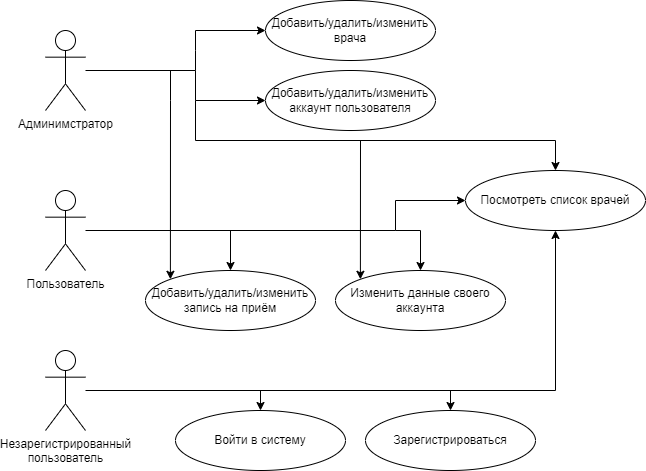
The draw.io diagram img/use_case.png in vge20/SEM_7_Web, before a commit. Source tidied: cells renumbered, new cells last; positions are measured from the earlier drawing's top-left corner, leaving out a move shared by most shapes.
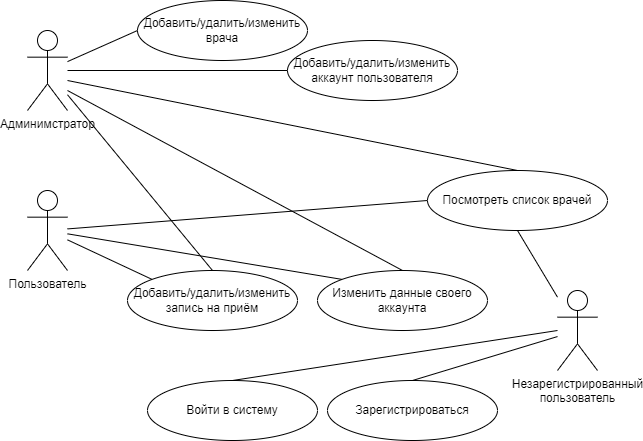
Later version of the same file.

Diff of the diagram source:
```diff
@@ -9,114 +9,67 @@
       <mxGeometry y="30" width="40" height="80" as="geometry" />
     </mxCell>
     <mxCell id="4" value="Незарегистрированный&lt;br&gt;пользователь" style="shape=umlActor;verticalLabelPosition=bottom;verticalAlign=top;html=1;" parent="1" vertex="1">
-      <mxGeometry y="350" width="40" height="80" as="geometry" />
+      <mxGeometry x="530" y="290" width="40" height="80" as="geometry" />
     </mxCell>
     <mxCell id="5" value="Добавить/удалить/изменить&lt;br&gt;врача" style="ellipse;whiteSpace=wrap;html=1;" parent="1" vertex="1">
-      <mxGeometry x="220" width="170" height="60" as="geometry" />
+      <mxGeometry x="110" width="170" height="60" as="geometry" />
     </mxCell>
-    <mxCell id="6" style="endArrow=classic;html=1;rounded=0;entryX=0;entryY=0.5;entryDx=0;entryDy=0;" parent="1" edge="1" source="3" target="5">
-      <mxGeometry relative="1" as="geometry">
-        <Array as="points">
-          <mxPoint x="150" y="70" />
-          <mxPoint x="150" y="50" />
-          <mxPoint x="150" y="30" />
-        </Array>
-      </mxGeometry>
-    </mxCell>
     <mxCell id="7" value="Добавить/удалить/изменить&lt;br&gt;аккаунт пользователя" style="ellipse;whiteSpace=wrap;html=1;" parent="1" vertex="1">
-      <mxGeometry x="220" y="70" width="170" height="60" as="geometry" />
+      <mxGeometry x="260" y="40" width="170" height="60" as="geometry" />
     </mxCell>
-    <mxCell id="8" style="endArrow=classic;html=1;rounded=0;entryX=0;entryY=0.5;entryDx=0;entryDy=0;" parent="1" edge="1" target="7">
-      <mxGeometry relative="1" as="geometry">
-        <mxPoint x="150" y="70" as="sourcePoint" />
-        <Array as="points">
-          <mxPoint x="150" y="100" />
-        </Array>
-      </mxGeometry>
-    </mxCell>
     <mxCell id="9" value="Войти в систему" style="ellipse;whiteSpace=wrap;html=1;" parent="1" vertex="1">
-      <mxGeometry x="130" y="410" width="170" height="60" as="geometry" />
+      <mxGeometry x="120" y="380" width="170" height="60" as="geometry" />
     </mxCell>
     <mxCell id="10" value="Зарегистрироваться" style="ellipse;whiteSpace=wrap;html=1;" parent="1" vertex="1">
-      <mxGeometry x="320" y="410" width="170" height="60" as="geometry" />
+      <mxGeometry x="300" y="380" width="170" height="60" as="geometry" />
     </mxCell>
-    <mxCell id="11" style="endArrow=classic;html=1;rounded=0;entryX=0.5;entryY=0;entryDx=0;entryDy=0;" parent="1" edge="1" source="4" target="9">
-      <mxGeometry relative="1" as="geometry">
-        <Array as="points">
-          <mxPoint x="215" y="390" />
-        </Array>
-      </mxGeometry>
-    </mxCell>
-    <mxCell id="12" style="endArrow=classic;html=1;rounded=0;entryX=0.5;entryY=0;entryDx=0;entryDy=0;" parent="1" edge="1" target="10">
-      <mxGeometry relative="1" as="geometry">
-        <mxPoint x="210" y="390" as="sourcePoint" />
-        <Array as="points">
-          <mxPoint x="405" y="390" />
-        </Array>
-      </mxGeometry>
-    </mxCell>
     <mxCell id="13" value="Посмотреть список врачей" style="ellipse;whiteSpace=wrap;html=1;" parent="1" vertex="1">
-      <mxGeometry x="420" y="170" width="180" height="60" as="geometry" />
+      <mxGeometry x="400" y="170" width="180" height="60" as="geometry" />
     </mxCell>
-    <mxCell id="14" style="endArrow=classic;html=1;rounded=0;entryX=0.5;entryY=1;entryDx=0;entryDy=0;" parent="1" edge="1" target="13">
-      <mxGeometry relative="1" as="geometry">
-        <mxPoint x="400" y="390" as="sourcePoint" />
-        <Array as="points">
-          <mxPoint x="510" y="390" />
-        </Array>
-      </mxGeometry>
-    </mxCell>
     <mxCell id="15" value="Добавить/удалить/изменить&lt;br&gt;запись на приём" style="ellipse;whiteSpace=wrap;html=1;" parent="1" vertex="1">
       <mxGeometry x="100" y="270" width="170" height="60" as="geometry" />
     </mxCell>
+    <mxCell id="18" value="Изменить данные своего&lt;br&gt;аккаунта" style="ellipse;whiteSpace=wrap;html=1;" parent="1" vertex="1">
+      <mxGeometry x="290" y="270" width="170" height="60" as="geometry" />
+    </mxCell>
+    <mxCell id="6" style="endArrow=none;html=1;rounded=0;entryX=0;entryY=0.5;entryDx=0;entryDy=0;" parent="1" edge="1" source="3" target="5">
+      <mxGeometry relative="1" as="geometry" />
+    </mxCell>
+    <mxCell id="23" style="endArrow=none;html=1;rounded=0;entryX=0;entryY=0.5;entryDx=0;entryDy=0;" parent="1" edge="1" source="3" target="7">
+      <mxGeometry relative="1" as="geometry" />
+    </mxCell>
+    <mxCell id="24" style="endArrow=none;html=1;rounded=0;exitX=0.5;exitY=0;exitDx=0;exitDy=0;" parent="1" edge="1" source="15" target="3">
+      <mxGeometry relative="1" as="geometry" />
+    </mxCell>
-    <mxCell id="16" style="endArrow=classic;html=1;rounded=0;entryX=0.5;entryY=0;entryDx=0;entryDy=0;" parent="1" edge="1" source="2" target="15">
-      <mxGeometry relative="1" as="geometry">
-        <Array as="points">
-          <mxPoint x="185" y="230" />
-        </Array>
-      </mxGeometry>
+    <mxCell id="16" style="endArrow=none;html=1;rounded=0;entryX=0;entryY=0;entryDx=0;entryDy=0;" parent="1" edge="1" source="2" target="15">
+      <mxGeometry relative="1" as="geometry" />
     </mxCell>
-    <mxCell id="17" style="endArrow=classic;html=1;rounded=0;entryX=0;entryY=0.5;entryDx=0;entryDy=0;" parent="1" edge="1" target="13">
-      <mxGeometry relative="1" as="geometry">
-        <mxPoint x="180" y="230" as="sourcePoint" />
-        <Array as="points">
-          <mxPoint x="350" y="230" />
-          <mxPoint x="350" y="200" />
-        </Array>
-      </mxGeometry>
-    </mxCell>
-    <mxCell id="18" value="Изменить данные своего&lt;br&gt;аккаунта" style="ellipse;whiteSpace=wrap;html=1;" parent="1" vertex="1">
-      <mxGeometry x="290" y="270" width="170" height="60" as="geometry" />
-    </mxCell>
-    <mxCell id="19" style="endArrow=classic;html=1;rounded=0;entryX=0.5;entryY=0;entryDx=0;entryDy=0;" parent="1" edge="1" target="18">
-      <mxGeometry relative="1" as="geometry">
-        <mxPoint x="350" y="230" as="sourcePoint" />
-        <Array as="points">
-          <mxPoint x="375" y="230" />
-        </Array>
-      </mxGeometry>
-    </mxCell>
-    <mxCell id="20" style="endArrow=classic;html=1;rounded=0;entryX=0;entryY=0;entryDx=0;entryDy=0;" parent="1" edge="1" target="15">
-      <mxGeometry relative="1" as="geometry">
-        <mxPoint x="125" y="70" as="sourcePoint" />
-        <Array as="points">
-          <mxPoint x="125" y="100" />
-        </Array>
-      </mxGeometry>
-    </mxCell>
-    <mxCell id="21" style="endArrow=classic;html=1;rounded=0;entryX=0.5;entryY=0;entryDx=0;entryDy=0;" parent="1" edge="1" target="13">
-      <mxGeometry relative="1" as="geometry">
-        <mxPoint x="150" y="100" as="sourcePoint" />
-        <Array as="points">
-          <mxPoint x="150" y="140" />
-          <mxPoint x="510" y="140" />
-        </Array>
-      </mxGeometry>
-    </mxCell>
-    <mxCell id="22" style="endArrow=classic;html=1;rounded=0;entryX=0;entryY=0;entryDx=0;entryDy=0;" parent="1" edge="1" target="18">
-      <mxGeometry relative="1" as="geometry">
-        <mxPoint x="315" y="140" as="sourcePoint" />
-      </mxGeometry>
-    </mxCell>
+    <mxCell id="25" style="endArrow=none;html=1;rounded=0;entryX=0.5;entryY=0;entryDx=0;entryDy=0;" parent="1" edge="1" target="13">
+      <mxGeometry relative="1" as="geometry">
+        <mxPoint x="40" y="80" as="sourcePoint" />
+      </mxGeometry>
+    </mxCell>
+    <mxCell id="26" style="endArrow=none;html=1;rounded=0;entryX=0;entryY=0.5;entryDx=0;entryDy=0;" parent="1" edge="1" source="2" target="13">
+      <mxGeometry relative="1" as="geometry" />
+    </mxCell>
+    <mxCell id="27" style="endArrow=none;html=1;rounded=0;entryX=0;entryY=0;entryDx=0;entryDy=0;" parent="1" edge="1" source="2" target="18">
+      <mxGeometry relative="1" as="geometry" />
+    </mxCell>
+    <mxCell id="28" style="endArrow=none;html=1;rounded=0;entryX=0.5;entryY=0;entryDx=0;entryDy=0;" parent="1" edge="1" target="18">
+      <mxGeometry relative="1" as="geometry">
+        <mxPoint x="40" y="90" as="sourcePoint" />
+      </mxGeometry>
+    </mxCell>
+    <mxCell id="29" style="endArrow=none;html=1;rounded=0;entryX=0.5;entryY=1;entryDx=0;entryDy=0;" parent="1" edge="1" source="4" target="13">
+      <mxGeometry relative="1" as="geometry" />
+    </mxCell>
+    <mxCell id="30" style="endArrow=none;html=1;rounded=0;exitX=0.5;exitY=0;exitDx=0;exitDy=0;" parent="1" edge="1" source="9">
+      <mxGeometry relative="1" as="geometry">
+        <mxPoint x="530" y="330" as="targetPoint" />
+      </mxGeometry>
+    </mxCell>
+    <mxCell id="31" style="endArrow=none;html=1;rounded=0;exitX=0.5;exitY=0;exitDx=0;exitDy=0;" parent="1" edge="1" source="10" target="4">
+      <mxGeometry relative="1" as="geometry" />
+    </mxCell>
   </root>
 </mxGraphModel>
```
